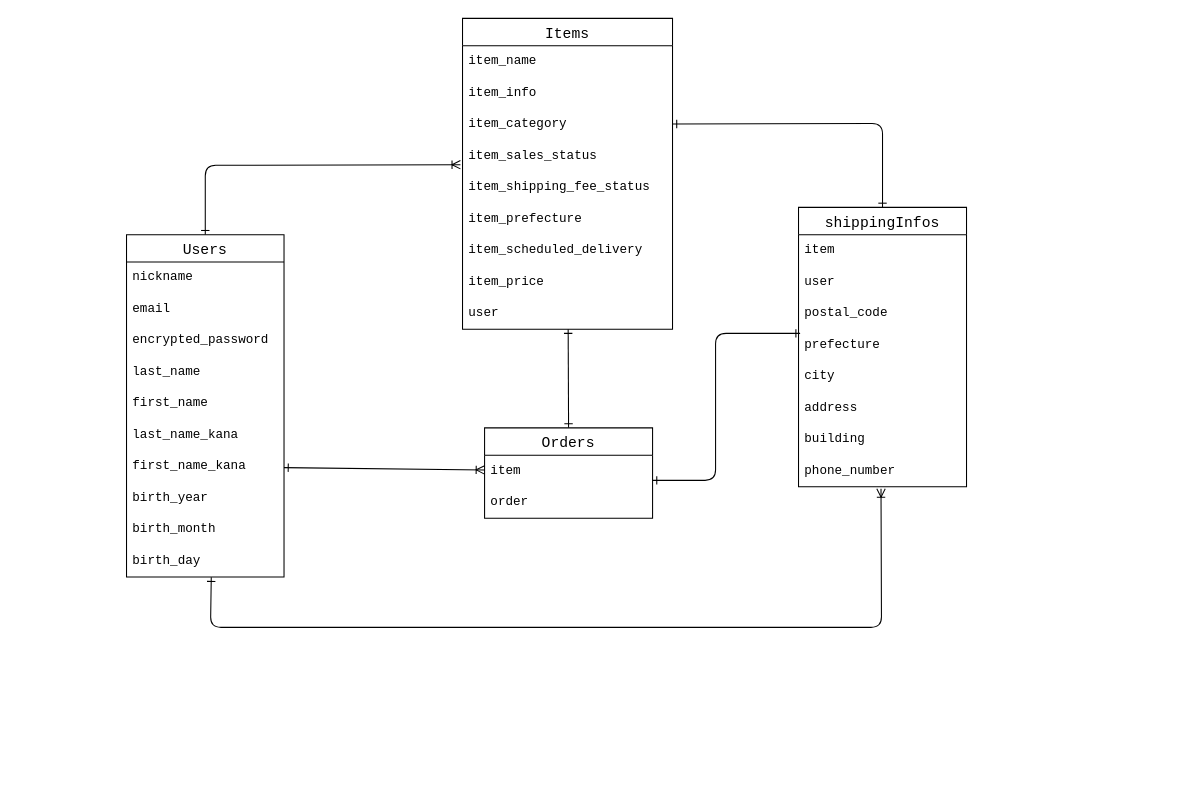
The draw.io diagram tables.dio in jin5211/furima-40514, before the edit. Source tidied: cells renumbered, new cells numbered last; positions are measured from the earlier drawing's top-left corner, leaving out a move shared by most shapes. Both pictures are drawn from the tidied source at 105%, with x=0, y=0 at pixel (126, 18).
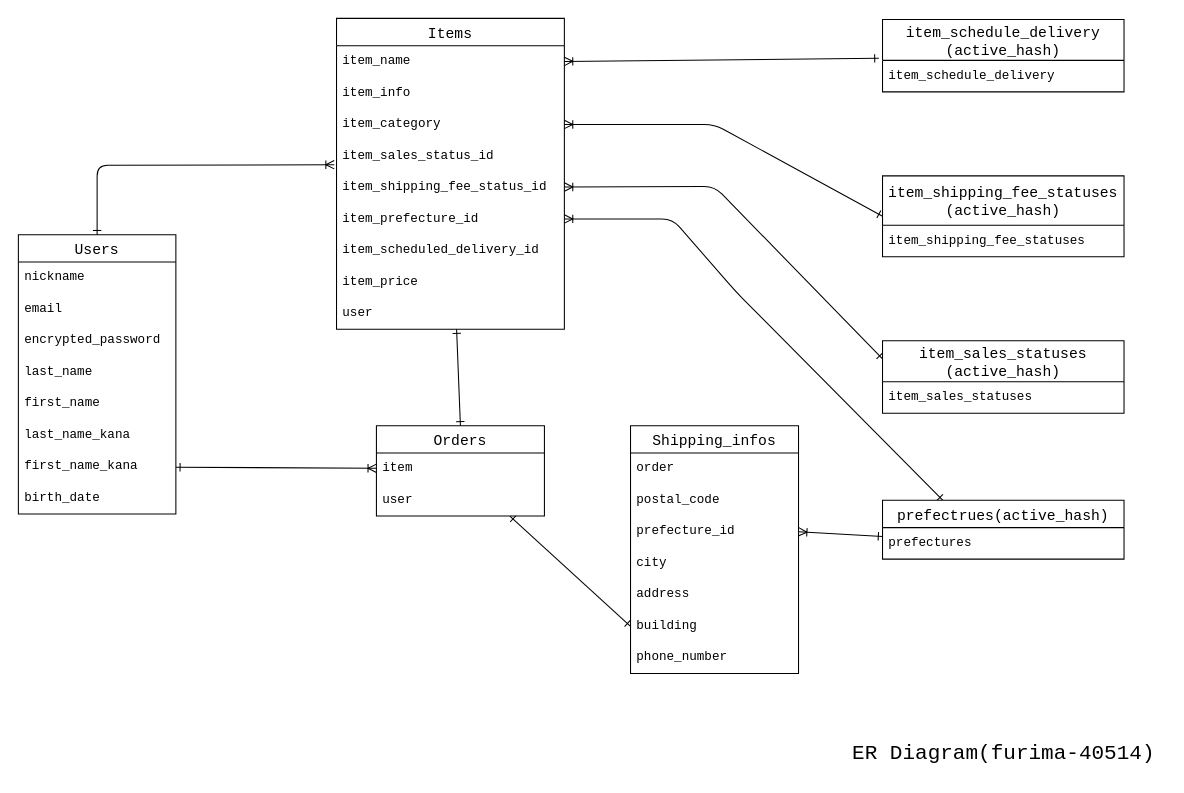
The same diagram, later.

Commit message (it also covers changes not shown here):
テーブル設計（コード修正）

The edit, as a diff of the source:
```diff
@@
     <mxCell id="3" value="Items" style="swimlane;fontStyle=0;horizontal=1;startSize=26;align=center;fontSize=14;fontFamily=Courier New;" parent="1" vertex="1">
-      <mxGeometry x="320" width="200" height="296" as="geometry" />
+      <mxGeometry x="200" width="217" height="296" as="geometry" />
     </mxCell>
     <mxCell id="4" value="item_name " style="text;strokeColor=none;fillColor=none;spacingLeft=4;spacingRight=4;overflow=hidden;points=[[0,0.5],[1,0.5]];portConstraint=eastwest;fontSize=12;fontFamily=Courier New;" parent="3" vertex="1">
-      <mxGeometry y="26" width="200" height="30" as="geometry" />
+      <mxGeometry y="26" width="217" height="30" as="geometry" />
     </mxCell>
     <mxCell id="5" value="item_info" style="text;strokeColor=none;fillColor=none;spacingLeft=4;spacingRight=4;overflow=hidden;fontSize=12;fontFamily=Courier New;" parent="3" vertex="1">
-      <mxGeometry y="56" width="200" height="30" as="geometry" />
+      <mxGeometry y="56" width="217" height="30" as="geometry" />
     </mxCell>
     <mxCell id="6" value="item_category" style="text;strokeColor=none;fillColor=none;spacingLeft=4;spacingRight=4;overflow=hidden;points=[[0,0.5],[1,0.5]];portConstraint=eastwest;fontSize=12;fontFamily=Courier New;" parent="3" vertex="1">
-      <mxGeometry y="86" width="200" height="30" as="geometry" />
+      <mxGeometry y="86" width="217" height="30" as="geometry" />
     </mxCell>
-    <mxCell id="7" value="item_sales_status " style="text;strokeColor=none;fillColor=none;spacingLeft=4;spacingRight=4;overflow=hidden;points=[[0,0.5],[1,0.5]];portConstraint=eastwest;fontSize=12;fontFamily=Courier New;" parent="3" vertex="1">
-      <mxGeometry y="116" width="200" height="30" as="geometry" />
+    <mxCell id="7" value="item_sales_status_id" style="text;strokeColor=none;fillColor=none;spacingLeft=4;spacingRight=4;overflow=hidden;points=[[0,0.5],[1,0.5]];portConstraint=eastwest;fontSize=12;fontFamily=Courier New;" parent="3" vertex="1">
+      <mxGeometry y="116" width="217" height="30" as="geometry" />
     </mxCell>
-    <mxCell id="8" value="item_shipping_fee_status" style="text;strokeColor=none;fillColor=none;spacingLeft=4;spacingRight=4;overflow=hidden;points=[[0,0.5],[1,0.5]];portConstraint=eastwest;fontSize=12;fontFamily=Courier New;" parent="3" vertex="1">
-      <mxGeometry y="146" width="200" height="30" as="geometry" />
+    <mxCell id="8" value="item_shipping_fee_status_id" style="text;strokeColor=none;fillColor=none;spacingLeft=4;spacingRight=4;overflow=hidden;points=[[0,0.5],[1,0.5]];portConstraint=eastwest;fontSize=12;fontFamily=Courier New;" parent="3" vertex="1">
+      <mxGeometry y="146" width="217" height="30" as="geometry" />
     </mxCell>
-    <mxCell id="9" value="item_prefecture" style="text;strokeColor=none;fillColor=none;spacingLeft=4;spacingRight=4;overflow=hidden;points=[[0,0.5],[1,0.5]];portConstraint=eastwest;fontSize=12;fontFamily=Courier New;" parent="3" vertex="1">
-      <mxGeometry y="176" width="200" height="30" as="geometry" />
+    <mxCell id="9" value="item_prefecture_id" style="text;strokeColor=none;fillColor=none;spacingLeft=4;spacingRight=4;overflow=hidden;points=[[0,0.5],[1,0.5]];portConstraint=eastwest;fontSize=12;fontFamily=Courier New;" parent="3" vertex="1">
+      <mxGeometry y="176" width="217" height="30" as="geometry" />
     </mxCell>
-    <mxCell id="10" value="item_scheduled_delivery" style="text;strokeColor=none;fillColor=none;spacingLeft=4;spacingRight=4;overflow=hidden;fontSize=12;fontFamily=Courier New;" parent="3" vertex="1">
-      <mxGeometry y="206" width="200" height="30" as="geometry" />
+    <mxCell id="10" value="item_scheduled_delivery_id" style="text;strokeColor=none;fillColor=none;spacingLeft=4;spacingRight=4;overflow=hidden;fontSize=12;fontFamily=Courier New;" parent="3" vertex="1">
+      <mxGeometry y="206" width="217" height="30" as="geometry" />
     </mxCell>
     <mxCell id="11" value="item_price" style="text;strokeColor=none;fillColor=none;spacingLeft=4;spacingRight=4;overflow=hidden;fontSize=12;fontFamily=Courier New;" parent="3" vertex="1">
-      <mxGeometry y="236" width="200" height="30" as="geometry" />
+      <mxGeometry y="236" width="217" height="30" as="geometry" />
     </mxCell>
     <mxCell id="12" value="user" style="text;strokeColor=none;fillColor=none;spacingLeft=4;spacingRight=4;overflow=hidden;fontSize=12;fontFamily=Courier New;" parent="3" vertex="1">
-      <mxGeometry y="266" width="200" height="30" as="geometry" />
+      <mxGeometry y="266" width="217" height="30" as="geometry" />
     </mxCell>
+    <mxCell id="41" style="edgeStyle=none;html=1;entryX=0;entryY=0.5;entryDx=0;entryDy=0;fontFamily=Courier New;startArrow=ERone;startFill=0;endArrow=ERone;endFill=0;" parent="1" edge="1" source="13" target="23">
+      <mxGeometry relative="1" as="geometry" />
+    </mxCell>
     <mxCell id="13" value="Orders" style="swimlane;fontStyle=0;horizontal=1;startSize=26;align=center;fontSize=14;fontFamily=Courier New;" parent="1" vertex="1">
-      <mxGeometry x="341" y="390" width="160" height="86" as="geometry" />
+      <mxGeometry x="238" y="388" width="160" height="86" as="geometry" />
     </mxCell>
@@
-    <mxCell id="15" value="order&#10;" style="text;strokeColor=none;fillColor=none;spacingLeft=4;spacingRight=4;overflow=hidden;fontSize=12;fontFamily=Courier New;" parent="13" vertex="1">
+    <mxCell id="15" value="user" style="text;strokeColor=none;fillColor=none;spacingLeft=4;spacingRight=4;overflow=hidden;fontSize=12;fontFamily=Courier New;" parent="13" vertex="1">
       <mxGeometry y="56" width="160" height="30" as="geometry" />
     </mxCell>
-    <mxCell id="16" value="shippingInfos" style="swimlane;fontStyle=0;horizontal=1;startSize=26;align=center;fontSize=14;fontFamily=Courier New;" parent="1" vertex="1">
-      <mxGeometry x="640" y="180" width="160" height="266" as="geometry" />
+    <mxCell id="16" value="Shipping_infos" style="swimlane;fontStyle=0;horizontal=1;startSize=26;align=center;fontSize=14;fontFamily=Courier New;" parent="1" vertex="1">
+      <mxGeometry x="480" y="388" width="160" height="236" as="geometry" />
     </mxCell>
-    <mxCell id="17" value="item" style="text;strokeColor=none;fillColor=none;spacingLeft=4;spacingRight=4;overflow=hidden;fontSize=12;fontFamily=Courier New;" parent="16" vertex="1">
+    <mxCell id="17" value="order" style="text;strokeColor=none;fillColor=none;spacingLeft=4;spacingRight=4;overflow=hidden;fontSize=12;fontFamily=Courier New;" parent="16" vertex="1">
       <mxGeometry y="26" width="160" height="30" as="geometry" />
     </mxCell>
-    <mxCell id="18" value="user" style="text;strokeColor=none;fillColor=none;spacingLeft=4;spacingRight=4;overflow=hidden;fontSize=12;fontFamily=Courier New;" parent="16" vertex="1">
-      <mxGeometry y="56" width="160" height="30" as="geometry" />
-    </mxCell>
     <mxCell id="19" value="postal_code&#10;" style="text;strokeColor=none;fillColor=none;spacingLeft=4;spacingRight=4;overflow=hidden;fontSize=12;fontFamily=Courier New;" parent="16" vertex="1">
-      <mxGeometry y="86" width="160" height="30" as="geometry" />
+      <mxGeometry y="56" width="160" height="30" as="geometry" />
     </mxCell>
-    <mxCell id="20" value="prefecture&#10;" style="text;strokeColor=none;fillColor=none;spacingLeft=4;spacingRight=4;overflow=hidden;points=[[0,0.5],[1,0.5]];portConstraint=eastwest;fontSize=12;fontFamily=Courier New;" parent="16" vertex="1">
-      <mxGeometry y="116" width="160" height="30" as="geometry" />
+    <mxCell id="20" value="prefecture_id" style="text;strokeColor=none;fillColor=none;spacingLeft=4;spacingRight=4;overflow=hidden;points=[[0,0.5],[1,0.5]];portConstraint=eastwest;fontSize=12;fontFamily=Courier New;" parent="16" vertex="1">
+      <mxGeometry y="86" width="160" height="30" as="geometry" />
     </mxCell>
     <mxCell id="21" value="city" style="text;strokeColor=none;fillColor=none;spacingLeft=4;spacingRight=4;overflow=hidden;fontSize=12;fontFamily=Courier New;" parent="16" vertex="1">
-      <mxGeometry y="146" width="160" height="30" as="geometry" />
+      <mxGeometry y="116" width="160" height="30" as="geometry" />
     </mxCell>
     <mxCell id="22" value="address&#10;" style="text;strokeColor=none;fillColor=none;spacingLeft=4;spacingRight=4;overflow=hidden;fontSize=12;fontFamily=Courier New;" parent="16" vertex="1">
-      <mxGeometry y="176" width="160" height="30" as="geometry" />
+      <mxGeometry y="146" width="160" height="30" as="geometry" />
     </mxCell>
     <mxCell id="23" value="building" style="text;strokeColor=none;fillColor=none;spacingLeft=4;spacingRight=4;overflow=hidden;points=[[0,0.5],[1,0.5]];portConstraint=eastwest;fontSize=12;fontFamily=Courier New;" parent="16" vertex="1">
-      <mxGeometry y="206" width="160" height="30" as="geometry" />
+      <mxGeometry y="176" width="160" height="30" as="geometry" />
     </mxCell>
     <mxCell id="24" value="phone_number" style="text;strokeColor=none;fillColor=none;spacingLeft=4;spacingRight=4;overflow=hidden;points=[[0,0.5],[1,0.5]];portConstraint=eastwest;fontSize=12;fontFamily=Courier New;" parent="16" vertex="1">
-      <mxGeometry y="236" width="160" height="30" as="geometry" />
+      <mxGeometry y="206" width="160" height="30" as="geometry" />
     </mxCell>
-    <mxCell id="25" style="edgeStyle=none;html=1;fontFamily=Courier New;startArrow=ERone;startFill=0;endArrow=ERoneToMany;endFill=0;entryX=0.491;entryY=1.067;entryDx=0;entryDy=0;entryPerimeter=0;exitX=0.538;exitY=1.009;exitDx=0;exitDy=0;exitPerimeter=0;" parent="1" edge="1" source="37" target="24">
-      <mxGeometry relative="1" as="geometry">
-        <Array as="points">
-          <mxPoint x="80" y="580" />
-          <mxPoint x="210" y="580" />
-          <mxPoint x="550" y="580" />
-          <mxPoint x="719" y="580" />
-        </Array>
-      </mxGeometry>
-    </mxCell>
     <mxCell id="26" style="edgeStyle=none;html=1;fontFamily=Courier New;startArrow=ERone;startFill=0;endArrow=ERoneToMany;endFill=0;entryX=-0.01;entryY=0.778;entryDx=0;entryDy=0;entryPerimeter=0;" parent="1" edge="1" source="27" target="7">
       <mxGeometry relative="1" as="geometry">
         <Array as="points">
-          <mxPoint x="75" y="170" />
-          <mxPoint x="75" y="140" />
+          <mxPoint x="-28" y="170" />
+          <mxPoint x="-28" y="140" />
         </Array>
       </mxGeometry>
     </mxCell>
     <mxCell id="27" value="Users" style="swimlane;fontStyle=0;horizontal=1;startSize=26;align=center;fontSize=14;fontFamily=Courier New;" parent="1" vertex="1">
-      <mxGeometry y="206" width="150" height="326" as="geometry" />
+      <mxGeometry x="-103" y="206" width="150" height="266" as="geometry" />
     </mxCell>
@@
-    <mxCell id="35" value="birth_year" style="text;strokeColor=none;fillColor=none;spacingLeft=4;spacingRight=4;overflow=hidden;fontSize=12;fontFamily=Courier New;" parent="27" vertex="1">
+    <mxCell id="35" value="birth_date" style="text;strokeColor=none;fillColor=none;spacingLeft=4;spacingRight=4;overflow=hidden;fontSize=12;fontFamily=Courier New;" parent="27" vertex="1">
       <mxGeometry y="236" width="150" height="30" as="geometry" />
     </mxCell>
-    <mxCell id="36" value="birth_month" style="text;strokeColor=none;fillColor=none;spacingLeft=4;spacingRight=4;overflow=hidden;fontSize=12;fontFamily=Courier New;" parent="27" vertex="1">
-      <mxGeometry y="266" width="150" height="30" as="geometry" />
-    </mxCell>
-    <mxCell id="37" value="birth_day" style="text;strokeColor=none;fillColor=none;spacingLeft=4;spacingRight=4;overflow=hidden;points=[[0,0.5],[1,0.5]];portConstraint=eastwest;fontSize=12;fontFamily=Courier New;" parent="27" vertex="1">
-      <mxGeometry y="296" width="150" height="30" as="geometry" />
-    </mxCell>
-    <mxCell id="38" style="edgeStyle=none;html=1;fontFamily=Courier New;startArrow=ERone;startFill=0;endArrow=ERone;endFill=0;entryX=0.5;entryY=0;entryDx=0;entryDy=0;" parent="1" edge="1" source="6" target="16">
-      <mxGeometry relative="1" as="geometry">
-        <Array as="points">
-          <mxPoint x="720" y="100" />
-        </Array>
-      </mxGeometry>
-    </mxCell>
@@
-    <mxCell id="40" style="edgeStyle=none;html=1;fontFamily=Courier New;startArrow=ERone;startFill=0;endArrow=ERone;endFill=0;entryX=0.003;entryY=0.133;entryDx=0;entryDy=0;entryPerimeter=0;" parent="1" edge="1">
-      <mxGeometry relative="1" as="geometry">
-        <mxPoint x="501" y="440" as="sourcePoint" />
-        <mxPoint x="641.5" y="300" as="targetPoint" />
-        <Array as="points">
-          <mxPoint x="561" y="440" />
-          <mxPoint x="561" y="370" />
-          <mxPoint x="561" y="300" />
-        </Array>
-      </mxGeometry>
-    </mxCell>
+    <mxCell id="42" value="ER Diagram(furima-40514)" style="text;html=1;align=center;verticalAlign=middle;strokeColor=none;fillColor=none;fontFamily=Courier New;fontSize=20;" parent="1" vertex="1">
+      <mxGeometry x="680" y="680" width="310" height="40" as="geometry" />
+    </mxCell>
+    <mxCell id="43" style="edgeStyle=none;html=1;exitX=0.25;exitY=0;exitDx=0;exitDy=0;entryX=1;entryY=0.5;entryDx=0;entryDy=0;fontFamily=Courier New;startArrow=ERone;startFill=0;endArrow=ERoneToMany;endFill=0;" parent="1" edge="1" source="44" target="9">
+      <mxGeometry relative="1" as="geometry">
+        <Array as="points">
+          <mxPoint x="580" y="260" />
+          <mxPoint x="520" y="191" />
+        </Array>
+      </mxGeometry>
+    </mxCell>
+    <mxCell id="44" value="prefectrues(active_hash)" style="swimlane;fontStyle=0;horizontal=1;startSize=26;align=center;fontSize=14;fontFamily=Courier New;" parent="1" vertex="1">
+      <mxGeometry x="720" y="459" width="230" height="56" as="geometry" />
+    </mxCell>
+    <mxCell id="45" value="prefectures&#10;" style="text;strokeColor=none;fillColor=none;spacingLeft=4;spacingRight=4;overflow=hidden;points=[[0,0.5],[1,0.5]];portConstraint=eastwest;fontSize=12;fontFamily=Courier New;" parent="44" vertex="1">
+      <mxGeometry y="26" width="230" height="30" as="geometry" />
+    </mxCell>
+    <mxCell id="46" value="item_sales_statuses&#10;(active_hash)" style="swimlane;fontStyle=0;horizontal=1;startSize=39;align=center;fontSize=14;fontFamily=Courier New;" parent="1" vertex="1">
+      <mxGeometry x="720" y="307" width="230" height="69" as="geometry" />
+    </mxCell>
+    <mxCell id="47" value="item_sales_statuses&#10;" style="text;strokeColor=none;fillColor=none;spacingLeft=4;spacingRight=4;overflow=hidden;fontSize=12;fontFamily=Courier New;" parent="46" vertex="1">
+      <mxGeometry y="39" width="230" height="30" as="geometry" />
+    </mxCell>
+    <mxCell id="48" value="item_shipping_fee_statuses&#10;(active_hash)" style="swimlane;fontStyle=0;horizontal=1;startSize=47;align=center;fontSize=14;fontFamily=Courier New;" parent="1" vertex="1">
+      <mxGeometry x="720" y="150" width="230" height="77" as="geometry" />
+    </mxCell>
+    <mxCell id="49" value="item_shipping_fee_statuses" style="text;strokeColor=none;fillColor=none;spacingLeft=4;spacingRight=4;overflow=hidden;fontSize=12;fontFamily=Courier New;" parent="48" vertex="1">
+      <mxGeometry y="47" width="230" height="30" as="geometry" />
+    </mxCell>
+    <mxCell id="50" value="item_schedule_delivery&#10;(active_hash)" style="swimlane;fontStyle=0;horizontal=1;startSize=39;align=center;fontSize=14;fontFamily=Courier New;" parent="1" vertex="1">
+      <mxGeometry x="720" y="1" width="230" height="69" as="geometry" />
+    </mxCell>
+    <mxCell id="51" value="item_schedule_delivery" style="text;strokeColor=none;fillColor=none;spacingLeft=4;spacingRight=4;overflow=hidden;points=[[0,0.5],[1,0.5]];portConstraint=eastwest;fontSize=12;fontFamily=Courier New;" parent="50" vertex="1">
+      <mxGeometry y="39" width="230" height="30" as="geometry" />
+    </mxCell>
+    <mxCell id="52" style="edgeStyle=none;html=1;exitX=1;exitY=0.5;exitDx=0;exitDy=0;entryX=-0.015;entryY=-0.065;entryDx=0;entryDy=0;entryPerimeter=0;fontFamily=Courier New;startArrow=ERoneToMany;startFill=0;endArrow=ERone;endFill=0;" parent="1" edge="1" source="4" target="51">
+      <mxGeometry relative="1" as="geometry" />
+    </mxCell>
+    <mxCell id="53" style="edgeStyle=none;html=1;entryX=0;entryY=0.5;entryDx=0;entryDy=0;fontFamily=Courier New;startArrow=ERoneToMany;startFill=0;endArrow=ERone;endFill=0;" parent="1" edge="1" source="6" target="48">
+      <mxGeometry relative="1" as="geometry">
+        <Array as="points">
+          <mxPoint x="560" y="101" />
+        </Array>
+      </mxGeometry>
+    </mxCell>
+    <mxCell id="54" style="edgeStyle=none;html=1;entryX=0;entryY=0.25;entryDx=0;entryDy=0;fontFamily=Courier New;startArrow=ERoneToMany;startFill=0;endArrow=ERone;endFill=0;" parent="1" edge="1" source="8" target="46">
+      <mxGeometry relative="1" as="geometry">
+        <Array as="points">
+          <mxPoint x="560" y="160" />
+        </Array>
+      </mxGeometry>
+    </mxCell>
+    <mxCell id="55" style="edgeStyle=none;html=1;entryX=1;entryY=0.5;entryDx=0;entryDy=0;fontFamily=Courier New;startArrow=ERone;startFill=0;endArrow=ERoneToMany;endFill=0;" parent="1" edge="1" source="45" target="20">
+      <mxGeometry relative="1" as="geometry" />
+    </mxCell>
```
